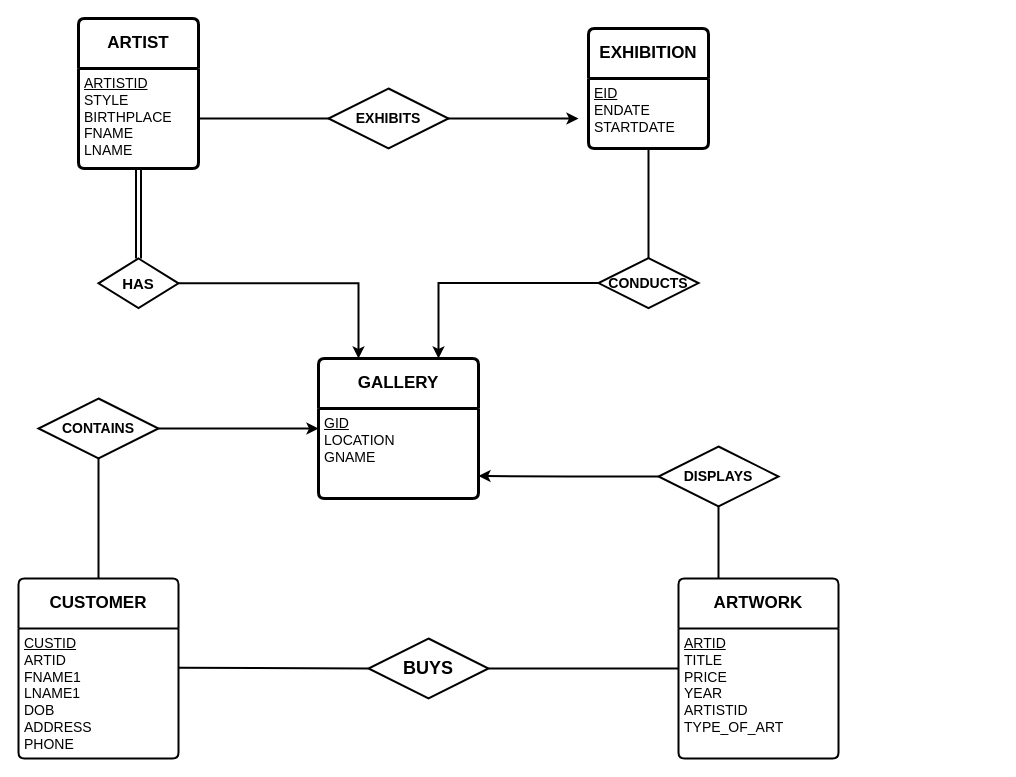
The draw.io diagram Untitled Diagram.drawio in lalitdhimanth/4sem, before the edit. Source tidied: cells renumbered, new cells numbered last; positions are measured from the earlier drawing's top-left corner, leaving out a move shared by most shapes. Both pictures are drawn from the tidied source at 100%, with x=0, y=0 at pixel (18, 18).
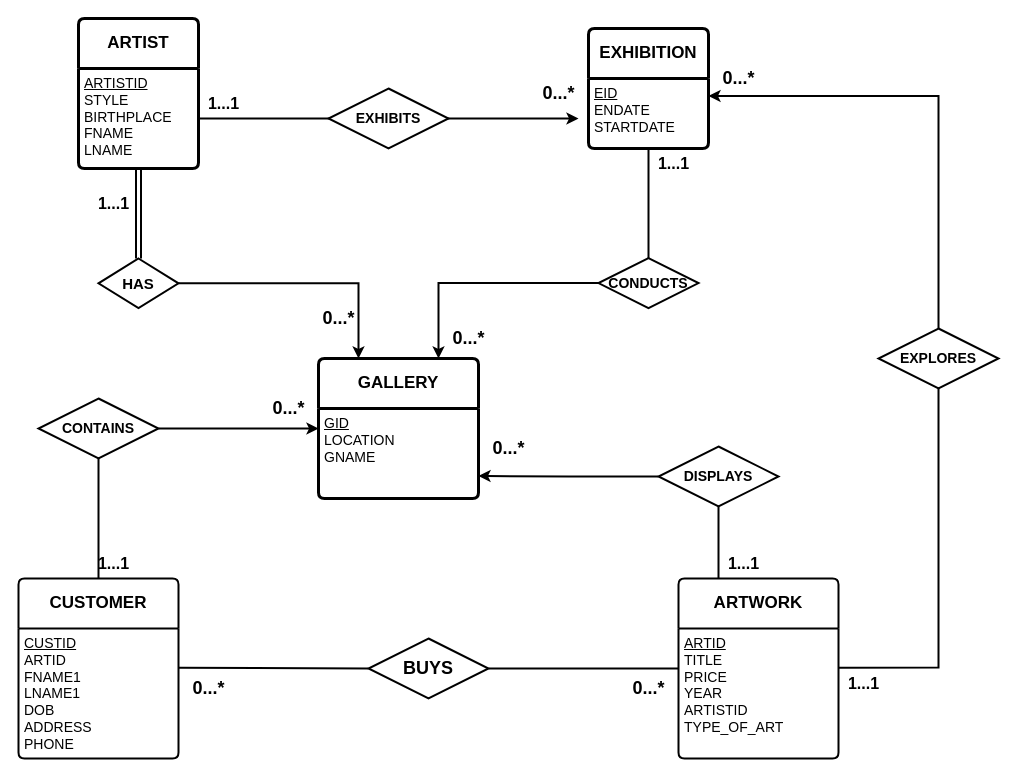
The same page after the edit.

Unchanged cells that the change refers to:
```xml
<mxCell id="6" value="&lt;span style=&quot;font-size: 14px;&quot;&gt;&lt;u style=&quot;&quot;&gt;&lt;font style=&quot;font-size: 14px;&quot;&gt;EID&lt;/font&gt;&lt;/u&gt;&lt;/span&gt;&lt;div style=&quot;font-size: 14px;&quot;&gt;&lt;font style=&quot;font-size: 14px;&quot;&gt;ENDATE&lt;/font&gt;&lt;/div&gt;&lt;div style=&quot;font-size: 14px;&quot;&gt;&lt;font style=&quot;font-size: 14px;&quot;&gt;STARTDATE&lt;/font&gt;&lt;/div&gt;" style="align=left;strokeColor=none;fillColor=none;spacingLeft=4;fontSize=12;verticalAlign=top;html=1;" parent="5" vertex="1">
  <mxGeometry y="50" width="120" height="70" as="geometry" />
</mxCell>
```

What changed in the source:
```diff
@@
+    <mxCell id="30" style="edgeStyle=orthogonalEdgeStyle;rounded=0;jettySize=auto;html=1;entryX=1;entryY=0.25;entryDx=0;entryDy=0;strokeWidth=2;" parent="1" edge="1" source="31" target="6">
+      <mxGeometry relative="1" as="geometry">
+        <Array as="points">
+          <mxPoint x="920" y="78" />
+        </Array>
+      </mxGeometry>
+    </mxCell>
+    <mxCell id="31" value="&lt;span style=&quot;font-size: 14px;&quot;&gt;&lt;b&gt;EXPLORES&lt;/b&gt;&lt;/span&gt;" style="shape=rhombus;perimeter=rhombusPerimeter;whiteSpace=wrap;html=1;align=center;strokeWidth=2;" parent="1" vertex="1">
+      <mxGeometry x="860" y="310" width="120" height="60" as="geometry" />
+    </mxCell>
+    <mxCell id="32" style="endArrow=none;html=1;rounded=0;entryX=0.5;entryY=1;entryDx=0;entryDy=0;strokeWidth=2;" parent="1" edge="1" target="31">
+      <mxGeometry relative="1" as="geometry">
+        <mxPoint x="820" y="649.2" as="sourcePoint" />
+        <Array as="points">
+          <mxPoint x="920" y="649" />
+        </Array>
+      </mxGeometry>
+    </mxCell>
+    <mxCell id="33" value="0...*" style="text;html=1;align=center;verticalAlign=middle;strokeColor=none;fillColor=none;fontSize=18;fontStyle=1;" parent="1" vertex="1">
+      <mxGeometry x="420" y="300" width="60" height="40" as="geometry" />
+    </mxCell>
+    <mxCell id="34" value="&lt;b&gt;&lt;font style=&quot;font-size: 16px;&quot;&gt;1...1&lt;/font&gt;&lt;/b&gt;" style="text;html=1;align=center;verticalAlign=middle;strokeColor=none;fillColor=none;" parent="1" vertex="1">
+      <mxGeometry x="180" y="70" width="50" height="30" as="geometry" />
+    </mxCell>
+    <mxCell id="35" value="0...*" style="text;html=1;align=center;verticalAlign=middle;strokeColor=none;fillColor=none;fontSize=18;fontStyle=1;rotation=0;" parent="1" vertex="1">
+      <mxGeometry x="290" y="280" width="60" height="40" as="geometry" />
+    </mxCell>
+    <mxCell id="36" value="&lt;b&gt;&lt;font style=&quot;font-size: 16px;&quot;&gt;1...1&lt;/font&gt;&lt;/b&gt;" style="text;html=1;align=center;verticalAlign=middle;strokeColor=none;fillColor=none;" parent="1" vertex="1">
+      <mxGeometry x="70" y="170" width="50" height="30" as="geometry" />
+    </mxCell>
+    <mxCell id="37" value="&lt;b&gt;&lt;font style=&quot;font-size: 16px;&quot;&gt;1...1&lt;/font&gt;&lt;/b&gt;" style="text;html=1;align=center;verticalAlign=middle;strokeColor=none;fillColor=none;" parent="1" vertex="1">
+      <mxGeometry x="630" y="130" width="50" height="30" as="geometry" />
+    </mxCell>
+    <mxCell id="38" value="0...*" style="text;html=1;align=center;verticalAlign=middle;strokeColor=none;fillColor=none;fontSize=18;fontStyle=1;" parent="1" vertex="1">
+      <mxGeometry x="510" y="55" width="60" height="40" as="geometry" />
+    </mxCell>
+    <mxCell id="39" value="&lt;b&gt;&lt;font style=&quot;font-size: 16px;&quot;&gt;1...1&lt;/font&gt;&lt;/b&gt;" style="text;html=1;align=center;verticalAlign=middle;strokeColor=none;fillColor=none;" parent="1" vertex="1">
+      <mxGeometry x="70" y="530" width="50" height="30" as="geometry" />
+    </mxCell>
+    <mxCell id="40" value="&lt;b&gt;&lt;font style=&quot;font-size: 16px;&quot;&gt;1...1&lt;/font&gt;&lt;/b&gt;" style="text;html=1;align=center;verticalAlign=middle;strokeColor=none;fillColor=none;" parent="1" vertex="1">
+      <mxGeometry x="700" y="530" width="50" height="30" as="geometry" />
+    </mxCell>
+    <mxCell id="41" value="&lt;b&gt;&lt;font style=&quot;font-size: 16px;&quot;&gt;1...1&lt;/font&gt;&lt;/b&gt;" style="text;html=1;align=center;verticalAlign=middle;strokeColor=none;fillColor=none;" parent="1" vertex="1">
+      <mxGeometry x="820" y="650" width="50" height="30" as="geometry" />
+    </mxCell>
+    <mxCell id="42" value="0...*" style="text;html=1;align=center;verticalAlign=middle;strokeColor=none;fillColor=none;fontSize=18;fontStyle=1;rotation=0;" parent="1" vertex="1">
+      <mxGeometry x="160" y="650" width="60" height="40" as="geometry" />
+    </mxCell>
+    <mxCell id="43" value="0...*" style="text;html=1;align=center;verticalAlign=middle;strokeColor=none;fillColor=none;fontSize=18;fontStyle=1;" parent="1" vertex="1">
+      <mxGeometry x="600" y="650" width="60" height="40" as="geometry" />
+    </mxCell>
+    <mxCell id="44" value="0...*" style="text;html=1;align=center;verticalAlign=middle;strokeColor=none;fillColor=none;fontSize=18;fontStyle=1;" parent="1" vertex="1">
+      <mxGeometry x="460" y="410" width="60" height="40" as="geometry" />
+    </mxCell>
+    <mxCell id="45" value="0...*" style="text;html=1;align=center;verticalAlign=middle;strokeColor=none;fillColor=none;fontSize=18;fontStyle=1;" parent="1" vertex="1">
+      <mxGeometry x="240" y="370" width="60" height="40" as="geometry" />
+    </mxCell>
+    <mxCell id="46" value="0...*" style="text;html=1;align=center;verticalAlign=middle;strokeColor=none;fillColor=none;fontSize=18;fontStyle=1;" parent="1" vertex="1">
+      <mxGeometry x="690" y="40" width="60" height="40" as="geometry" />
+    </mxCell>
```
